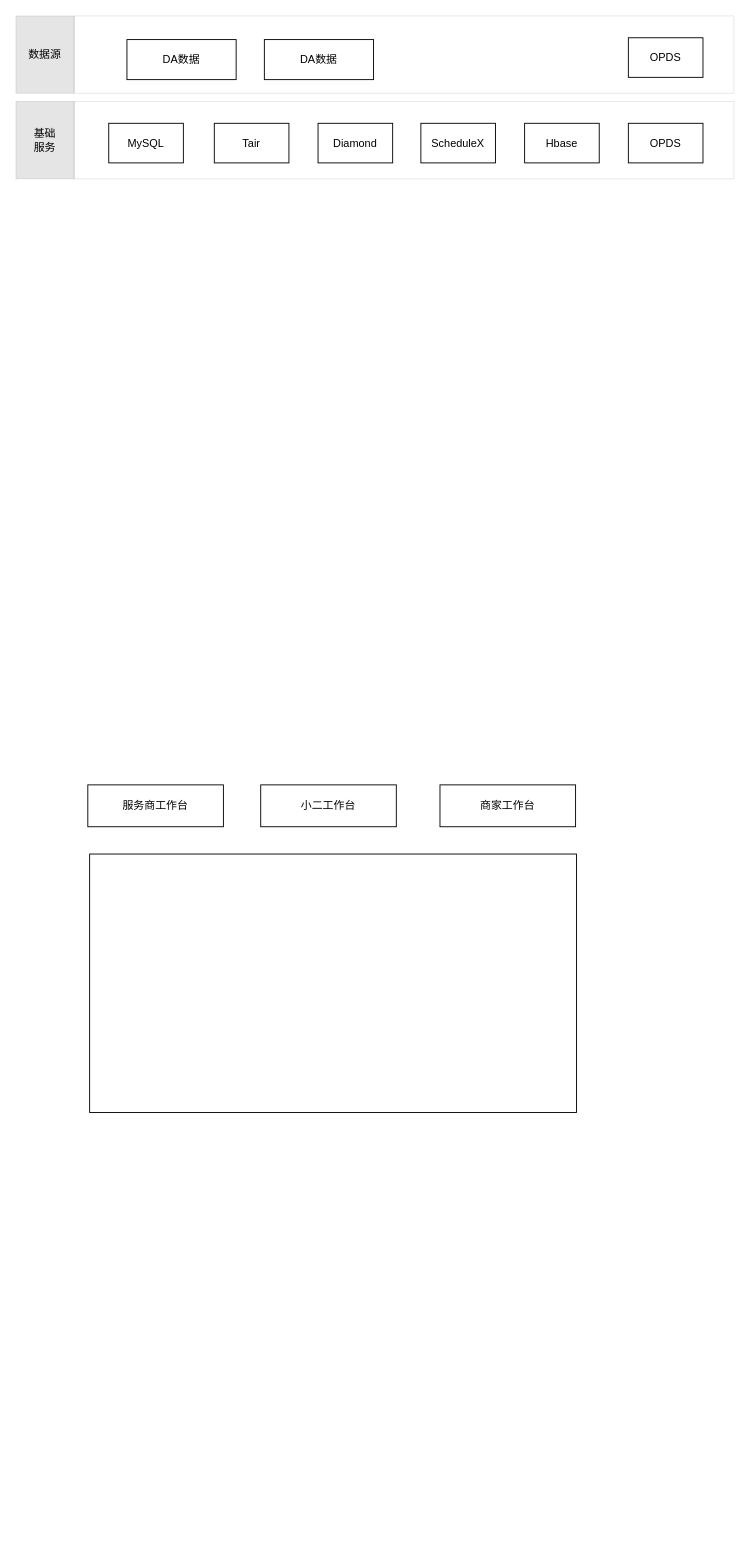
The draw.io diagram src/main/resources/代运营.drawio in pjmike/Java_Utils, before the edit. Source tidied: cells renumbered, new cells numbered last; positions are measured from the earlier drawing's top-left corner, leaving out a move shared by most shapes. Both pictures are drawn from the tidied source at 91%, with x=0, y=0 at pixel (15, 15).
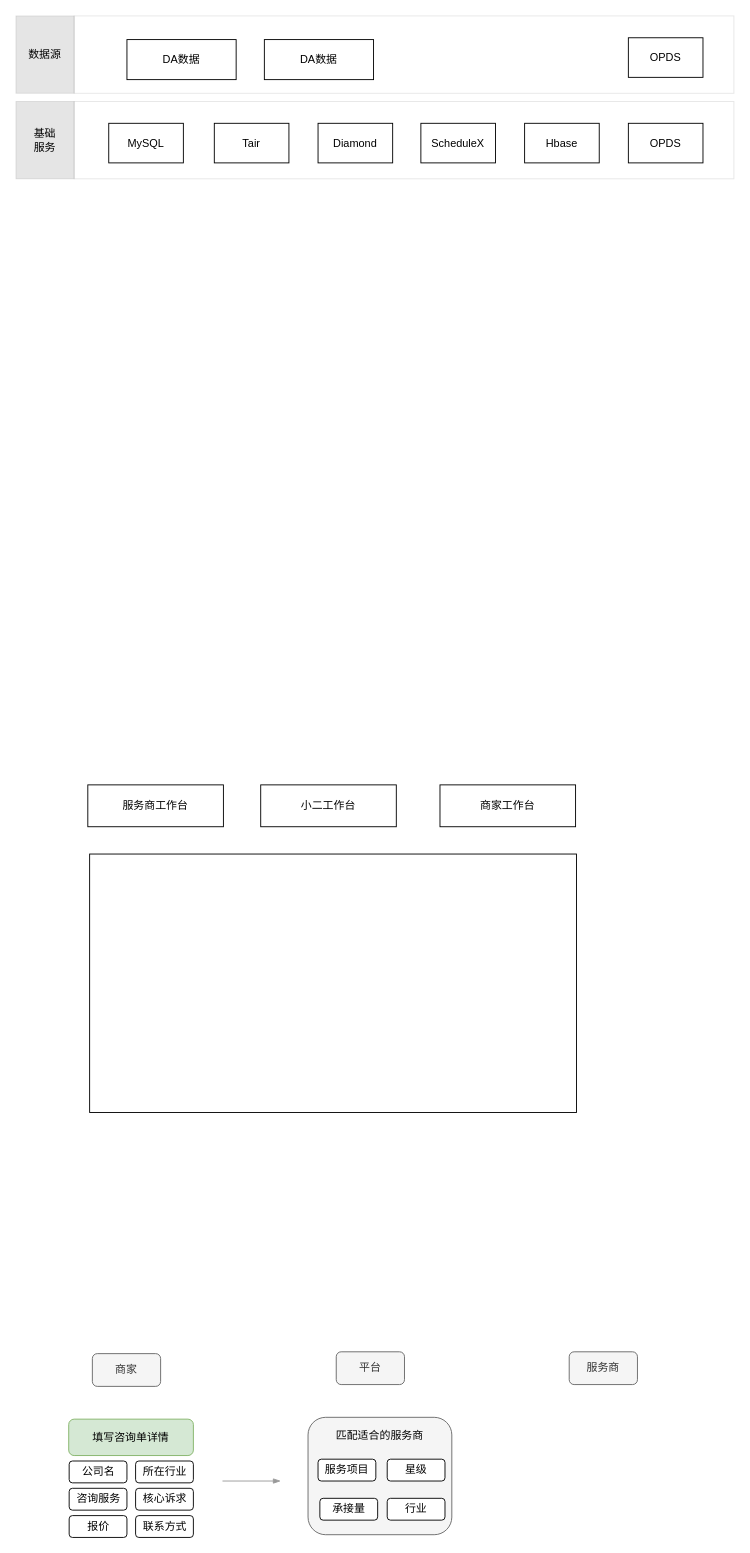
Above is the later version.

Commit message:
更新代运营.drawio

What changed in the source:
```diff
@@
+    <mxCell id="19" value="商家" style="rounded=1;whiteSpace=wrap;html=1;fillColor=#f5f5f5;strokeColor=#666666;fontColor=#333333;" parent="1" vertex="1">
+      <mxGeometry x="84" y="1470" width="75" height="36" as="geometry" />
+    </mxCell>
+    <mxCell id="20" value="平台" style="rounded=1;whiteSpace=wrap;html=1;fillColor=#f5f5f5;strokeColor=#666666;fontColor=#333333;" parent="1" vertex="1">
+      <mxGeometry x="352" y="1468" width="75" height="36" as="geometry" />
+    </mxCell>
+    <mxCell id="21" value="服务商" style="rounded=1;whiteSpace=wrap;html=1;fillColor=#f5f5f5;strokeColor=#666666;fontColor=#333333;" parent="1" vertex="1">
+      <mxGeometry x="608" y="1468" width="75" height="36" as="geometry" />
+    </mxCell>
+    <mxCell id="22" value="填写咨询单详情" style="rounded=1;whiteSpace=wrap;html=1;fillColor=#d5e8d4;strokeColor=#82b366;" parent="1" vertex="1">
+      <mxGeometry x="58" y="1542" width="137" height="40" as="geometry" />
+    </mxCell>
+    <mxCell id="23" value="所在行业" style="rounded=1;whiteSpace=wrap;html=1;" parent="1" vertex="1">
+      <mxGeometry x="131.5" y="1588" width="63.5" height="24" as="geometry" />
+    </mxCell>
+    <mxCell id="24" value="公司名" style="rounded=1;whiteSpace=wrap;html=1;" parent="1" vertex="1">
+      <mxGeometry x="58.5" y="1588" width="63.5" height="24" as="geometry" />
+    </mxCell>
+    <mxCell id="25" value="咨询服务" style="rounded=1;whiteSpace=wrap;html=1;" parent="1" vertex="1">
+      <mxGeometry x="58.5" y="1618" width="63.5" height="24" as="geometry" />
+    </mxCell>
+    <mxCell id="26" value="核心诉求" style="rounded=1;whiteSpace=wrap;html=1;" parent="1" vertex="1">
+      <mxGeometry x="131.5" y="1618" width="63.5" height="24" as="geometry" />
+    </mxCell>
+    <mxCell id="27" value="报价" style="rounded=1;whiteSpace=wrap;html=1;" parent="1" vertex="1">
+      <mxGeometry x="58.5" y="1648" width="63.5" height="24" as="geometry" />
+    </mxCell>
+    <mxCell id="28" value="联系方式" style="rounded=1;whiteSpace=wrap;html=1;" parent="1" vertex="1">
+      <mxGeometry x="131.5" y="1648" width="63.5" height="24" as="geometry" />
+    </mxCell>
+    <mxCell id="29" style="rounded=1;whiteSpace=wrap;html=1;fillColor=#f5f5f5;strokeColor=#666666;fontColor=#333333;" parent="1" vertex="1">
+      <mxGeometry x="321" y="1540" width="158" height="129" as="geometry" />
+    </mxCell>
+    <mxCell id="30" value="匹配适合的服务商" style="text;html=1;strokeColor=none;fillColor=none;align=center;verticalAlign=middle;whiteSpace=wrap;rounded=0;" parent="1" vertex="1">
+      <mxGeometry x="349" y="1552" width="102" height="15" as="geometry" />
+    </mxCell>
+    <mxCell id="31" value="服务项目" style="rounded=1;whiteSpace=wrap;html=1;" parent="1" vertex="1">
+      <mxGeometry x="332" y="1586" width="63.5" height="24" as="geometry" />
+    </mxCell>
+    <mxCell id="32" value="星级" style="rounded=1;whiteSpace=wrap;html=1;" parent="1" vertex="1">
+      <mxGeometry x="408" y="1586" width="63.5" height="24" as="geometry" />
+    </mxCell>
+    <mxCell id="33" value="承接量" style="rounded=1;whiteSpace=wrap;html=1;" parent="1" vertex="1">
+      <mxGeometry x="334" y="1629" width="63.5" height="24" as="geometry" />
+    </mxCell>
+    <mxCell id="34" value="行业" style="rounded=1;whiteSpace=wrap;html=1;" parent="1" vertex="1">
+      <mxGeometry x="408" y="1629" width="63.5" height="24" as="geometry" />
+    </mxCell>
+    <mxCell id="35" style="endArrow=blockThin;html=1;endFill=1;rounded=1;strokeColor=#999999;" parent="1" edge="1">
+      <mxGeometry relative="1" as="geometry">
+        <mxPoint x="227" y="1610" as="sourcePoint" />
+        <mxPoint x="291" y="1610" as="targetPoint" />
+      </mxGeometry>
+    </mxCell>
```
